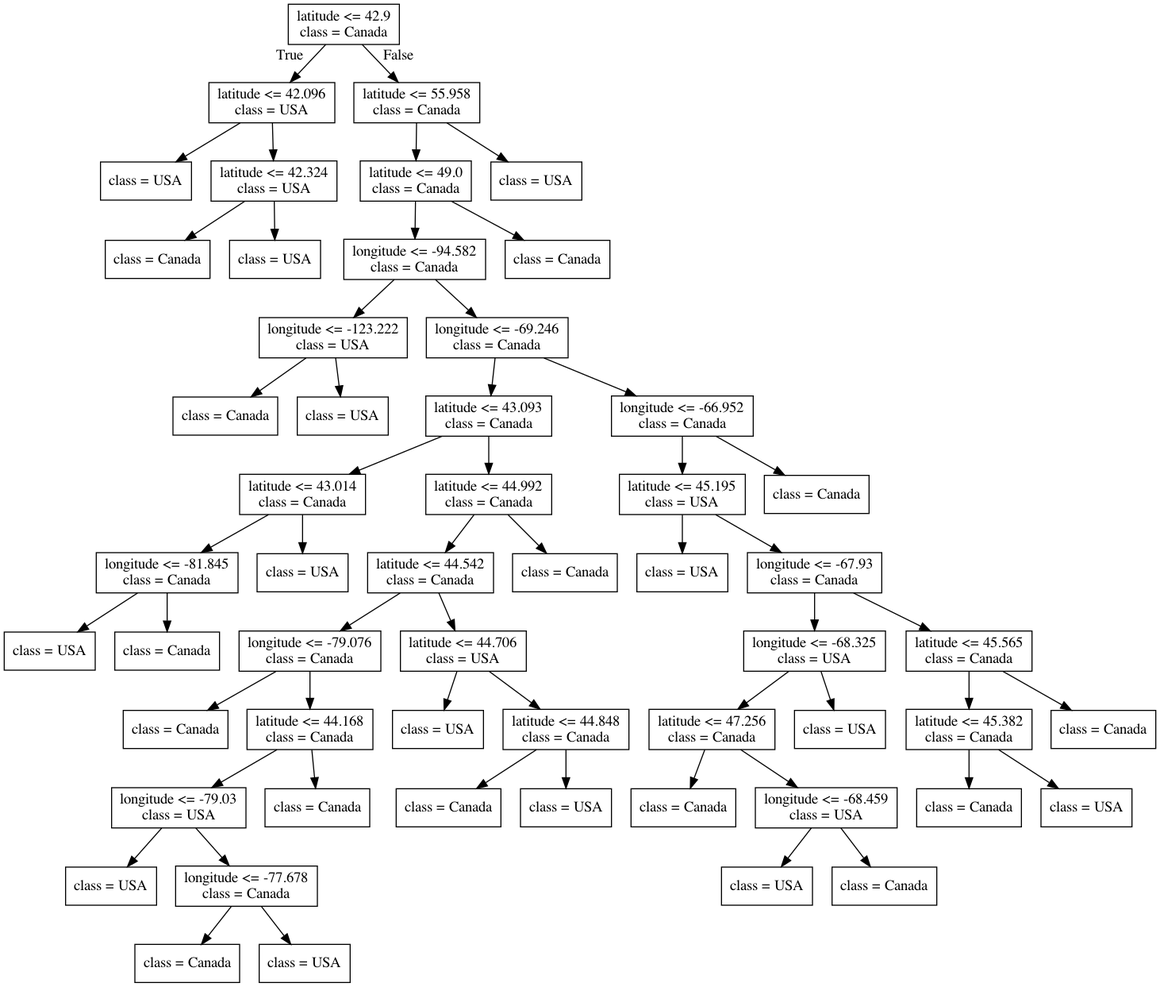
bait509-ubc/BAIT509 keeps this Graphviz diagram as lectures/Source.gv.png. Above is the earlier version. Its source is kept beside it as lectures/Source.gv.
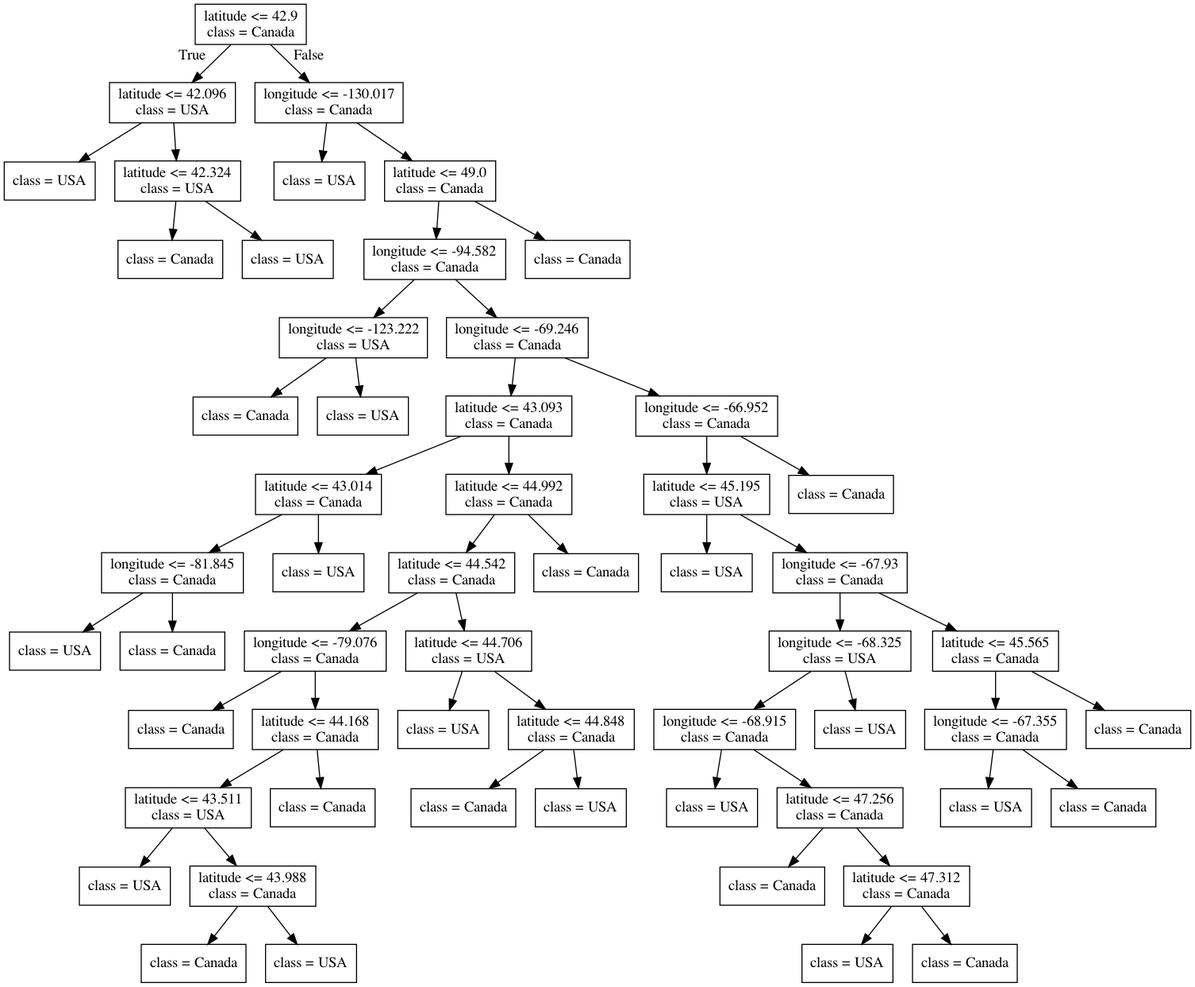
After the commit.

What changed in the source:
```diff
@@ -11,102 +11,106 @@
 3 -> 4 ;
 5 [label="class = USA"] ;
 3 -> 5 ;
-6 [label="latitude <= 55.958\nclass = Canada"] ;
+6 [label="longitude <= -130.017\nclass = Canada"] ;
 0 -> 6 [labeldistance=2.5, labelangle=-45, headlabel="False"] ;
-7 [label="latitude <= 49.0\nclass = Canada"] ;
+7 [label="class = USA"] ;
 6 -> 7 ;
-8 [label="longitude <= -94.582\nclass = Canada"] ;
-7 -> 8 ;
-9 [label="longitude <= -123.222\nclass = USA"] ;
+8 [label="latitude <= 49.0\nclass = Canada"] ;
+6 -> 8 ;
+9 [label="longitude <= -94.582\nclass = Canada"] ;
 8 -> 9 ;
-10 [label="class = Canada"] ;
+10 [label="longitude <= -123.222\nclass = USA"] ;
 9 -> 10 ;
-11 [label="class = USA"] ;
-9 -> 11 ;
-12 [label="longitude <= -69.246\nclass = Canada"] ;
-8 -> 12 ;
-13 [label="latitude <= 43.093\nclass = Canada"] ;
-12 -> 13 ;
-14 [label="latitude <= 43.014\nclass = Canada"] ;
+11 [label="class = Canada"] ;
+10 -> 11 ;
+12 [label="class = USA"] ;
+10 -> 12 ;
+13 [label="longitude <= -69.246\nclass = Canada"] ;
+9 -> 13 ;
+14 [label="latitude <= 43.093\nclass = Canada"] ;
 13 -> 14 ;
-15 [label="longitude <= -81.845\nclass = Canada"] ;
+15 [label="latitude <= 43.014\nclass = Canada"] ;
 14 -> 15 ;
-16 [label="class = USA"] ;
+16 [label="longitude <= -81.845\nclass = Canada"] ;
 15 -> 16 ;
-17 [label="class = Canada"] ;
-15 -> 17 ;
-18 [label="class = USA"] ;
-14 -> 18 ;
-19 [label="latitude <= 44.992\nclass = Canada"] ;
-13 -> 19 ;
-20 [label="latitude <= 44.542\nclass = Canada"] ;
-19 -> 20 ;
-21 [label="longitude <= -79.076\nclass = Canada"] ;
+17 [label="class = USA"] ;
+16 -> 17 ;
+18 [label="class = Canada"] ;
+16 -> 18 ;
+19 [label="class = USA"] ;
+15 -> 19 ;
+20 [label="latitude <= 44.992\nclass = Canada"] ;
+14 -> 20 ;
+21 [label="latitude <= 44.542\nclass = Canada"] ;
 20 -> 21 ;
-22 [label="class = Canada"] ;
+22 [label="longitude <= -79.076\nclass = Canada"] ;
 21 -> 22 ;
-23 [label="latitude <= 44.168\nclass = Canada"] ;
-21 -> 23 ;
-24 [label="longitude <= -79.03\nclass = USA"] ;
-23 -> 24 ;
-25 [label="class = USA"] ;
+23 [label="class = Canada"] ;
+22 -> 23 ;
+24 [label="latitude <= 44.168\nclass = Canada"] ;
+22 -> 24 ;
+25 [label="latitude <= 43.511\nclass = USA"] ;
 24 -> 25 ;
-26 [label="longitude <= -77.678\nclass = Canada"] ;
-24 -> 26 ;
-27 [label="class = Canada"] ;
-26 -> 27 ;
-28 [label="class = USA"] ;
-26 -> 28 ;
-29 [label="class = Canada"] ;
-23 -> 29 ;
-30 [label="latitude <= 44.706\nclass = USA"] ;
-20 -> 30 ;
-31 [label="class = USA"] ;
-30 -> 31 ;
-32 [label="latitude <= 44.848\nclass = Canada"] ;
-30 -> 32 ;
-33 [label="class = Canada"] ;
-32 -> 33 ;
-34 [label="class = USA"] ;
-32 -> 34 ;
-35 [label="class = Canada"] ;
-19 -> 35 ;
-36 [label="longitude <= -66.952\nclass = Canada"] ;
-12 -> 36 ;
-37 [label="latitude <= 45.195\nclass = USA"] ;
-36 -> 37 ;
-38 [label="class = USA"] ;
+26 [label="class = USA"] ;
+25 -> 26 ;
+27 [label="latitude <= 43.988\nclass = Canada"] ;
+25 -> 27 ;
+28 [label="class = Canada"] ;
+27 -> 28 ;
+29 [label="class = USA"] ;
+27 -> 29 ;
+30 [label="class = Canada"] ;
+24 -> 30 ;
+31 [label="latitude <= 44.706\nclass = USA"] ;
+21 -> 31 ;
+32 [label="class = USA"] ;
+31 -> 32 ;
+33 [label="latitude <= 44.848\nclass = Canada"] ;
+31 -> 33 ;
+34 [label="class = Canada"] ;
+33 -> 34 ;
+35 [label="class = USA"] ;
+33 -> 35 ;
+36 [label="class = Canada"] ;
+20 -> 36 ;
+37 [label="longitude <= -66.952\nclass = Canada"] ;
+13 -> 37 ;
+38 [label="latitude <= 45.195\nclass = USA"] ;
 37 -> 38 ;
-39 [label="longitude <= -67.93\nclass = Canada"] ;
-37 -> 39 ;
-40 [label="longitude <= -68.325\nclass = USA"] ;
-39 -> 40 ;
-41 [label="latitude <= 47.256\nclass = Canada"] ;
+39 [label="class = USA"] ;
+38 -> 39 ;
+40 [label="longitude <= -67.93\nclass = Canada"] ;
+38 -> 40 ;
+41 [label="longitude <= -68.325\nclass = USA"] ;
 40 -> 41 ;
-42 [label="class = Canada"] ;
+42 [label="longitude <= -68.915\nclass = Canada"] ;
 41 -> 42 ;
-43 [label="longitude <= -68.459\nclass = USA"] ;
-41 -> 43 ;
-44 [label="class = USA"] ;
-43 -> 44 ;
+43 [label="class = USA"] ;
+42 -> 43 ;
+44 [label="latitude <= 47.256\nclass = Canada"] ;
+42 -> 44 ;
 45 [label="class = Canada"] ;
-43 -> 45 ;
-46 [label="class = USA"] ;
-40 -> 46 ;
-47 [label="latitude <= 45.565\nclass = Canada"] ;
-39 -> 47 ;
-48 [label="latitude <= 45.382\nclass = Canada"] ;
-47 -> 48 ;
-49 [label="class = Canada"] ;
-48 -> 49 ;
-50 [label="class = USA"] ;
-48 -> 50 ;
-51 [label="class = Canada"] ;
-47 -> 51 ;
-52 [label="class = Canada"] ;
-36 -> 52 ;
+44 -> 45 ;
+46 [label="latitude <= 47.312\nclass = Canada"] ;
+44 -> 46 ;
+47 [label="class = USA"] ;
+46 -> 47 ;
+48 [label="class = Canada"] ;
+46 -> 48 ;
+49 [label="class = USA"] ;
+41 -> 49 ;
+50 [label="latitude <= 45.565\nclass = Canada"] ;
+40 -> 50 ;
+51 [label="longitude <= -67.355\nclass = Canada"] ;
+50 -> 51 ;
+52 [label="class = USA"] ;
+51 -> 52 ;
 53 [label="class = Canada"] ;
-7 -> 53 ;
-54 [label="class = USA"] ;
-6 -> 54 ;
+51 -> 53 ;
+54 [label="class = Canada"] ;
+50 -> 54 ;
+55 [label="class = Canada"] ;
+37 -> 55 ;
+56 [label="class = Canada"] ;
+8 -> 56 ;
 }
```
